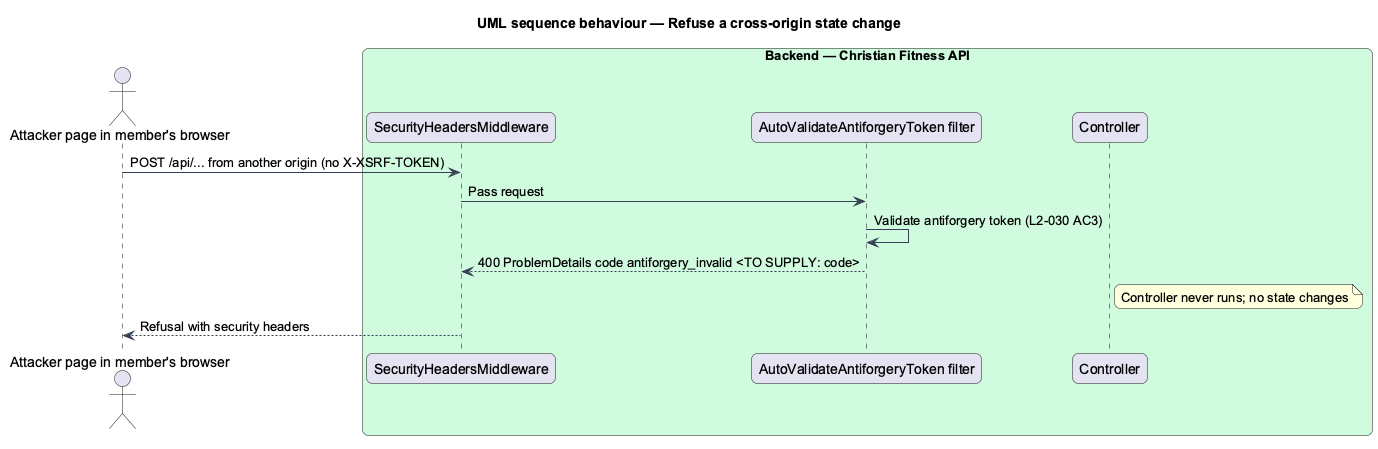
Above: docs/detailed-designs/security/secure-sessions/diagrams/sequence-cross-origin-refused.png in QuinntyneBrown/christian-fitness (PlantUML), before the change.
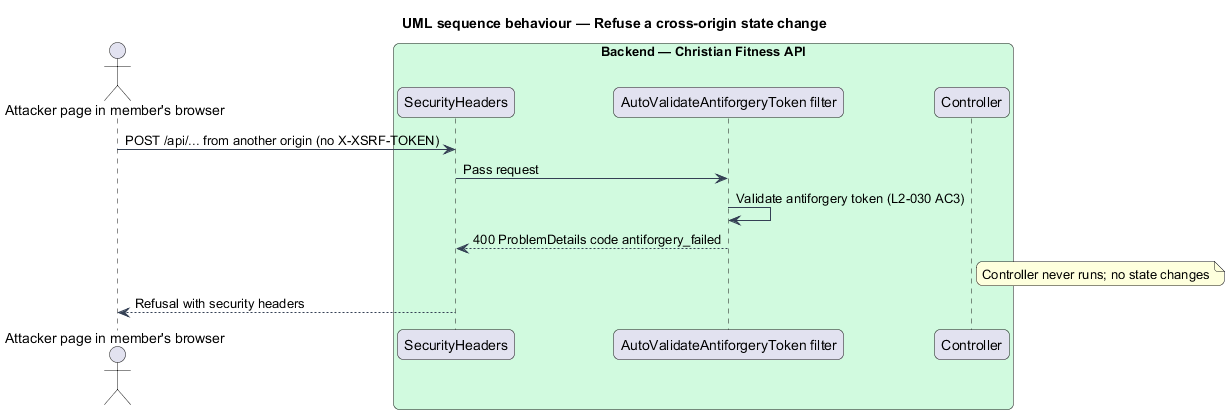
Later version of the same file.

Change to the diagram source:
```diff
@@ -16,14 +16,14 @@
 }
 actor "Attacker page in member's browser" as actor
 box "Backend — Christian Fitness API" #D1FADF
-  participant "SecurityHeadersMiddleware" as hdr
+  participant "SecurityHeaders" as hdr
   participant "AutoValidateAntiforgeryToken filter" as af
   participant "Controller" as ctrl
 end box
 actor -> hdr : POST /api/... from another origin (no X-XSRF-TOKEN)
 hdr -> af : Pass request
 af -> af : Validate antiforgery token (L2-030 AC3)
-af --> hdr : 400 ProblemDetails code antiforgery_invalid <TO SUPPLY: code>
+af --> hdr : 400 ProblemDetails code antiforgery_failed
 note right of ctrl : Controller never runs; no state changes
 hdr --> actor : Refusal with security headers
 @enduml
```
